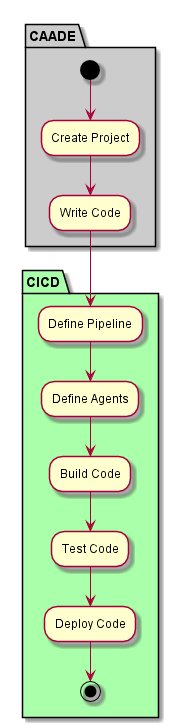
The PlantUML diagram docs/Solution/CICD/Process.png in CAADE/CAADE, before a commit. Its diagram source:
```plantuml
@startuml

partition CAADE  #cccccc {
  (*) --> "Create Project"
  --> "Write Code"
}

partition "CICD" #aaffaa {
  "Write Code" --> "Define Pipeline"
  "Define Pipeline" --> "Define Agents"
  "Define Agents" --> "Build Code"
  "Build Code" --> "Test Code"
  "Test Code" --> "Deploy Code"
  "Deploy Code" --> (*)
}

@enduml
```
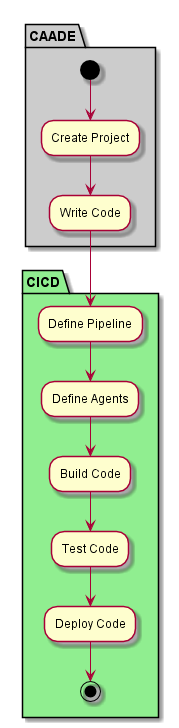
After the change.

What changed in the source:
```diff
@@ -5,7 +5,7 @@
   --> "Write Code"
 }
 
-partition "CICD" #aaffaa {
+partition "CICD" #lightgreen {
   "Write Code" --> "Define Pipeline"
   "Define Pipeline" --> "Define Agents"
   "Define Agents" --> "Build Code"
```
